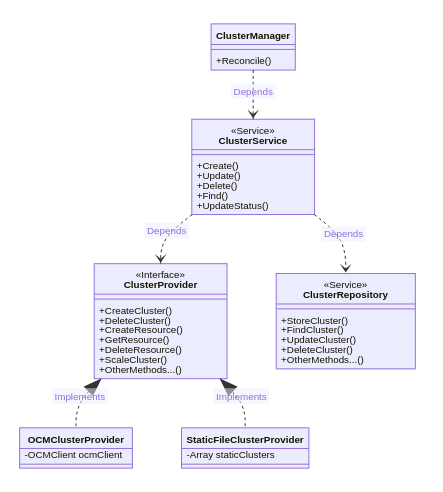
bf2fc6cc711aee1a0c2a/kas-fleet-manager keeps this Mermaid diagram as docs/images/cluster-management-abstraction.png. Above is the earlier version. Its source is kept beside it as docs/mermaid-diagrams-source/cluster-management-abstraction.mmd.
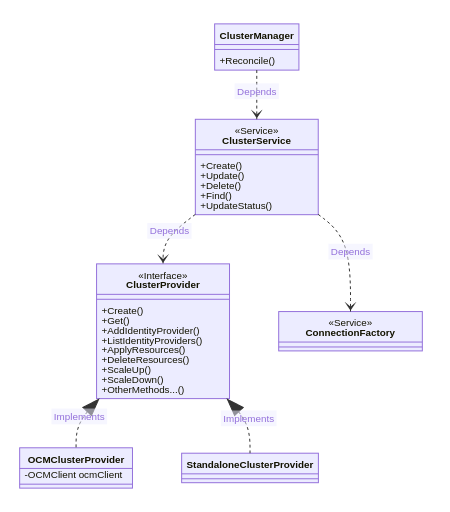
The same diagram one commit later.

The edit, as a diff of the source:
```diff
@@ -2,28 +2,26 @@
 
   class ClusterProvider {
       <<Interface>>
-      + CreateCluster()
-      + DeleteCluster()
-      + CreateResource()
-      + GetResource()
-      + DeleteResource()
-      + ScaleCluster()
+      + Create()
+      + Get()
+      + AddIdentityProvider()
+      + ListIdentityProviders()
+      + ApplyResources()
+      + DeleteResources()
+      + ScaleUp()
+      + ScaleDown()
       + OtherMethods...()
   }
   class OCMClusterProvider{
       -OCMClient ocmClient
   }
-  class StaticFileClusterProvider {
-      -Array staticClusters
+  class StandaloneClusterProvider {
+
   }
-  class ClusterRepository {
+  class ConnectionFactory {
       <<Service>>
-      + StoreCluster()
-      + FindCluster()
-      + UpdateCluster()
-      + DeleteCluster()
-      + OtherMethods...()
   }
+
   class ClusterService {
       <<Service>>
       + Create()
@@ -38,7 +36,7 @@
   }
 
   ClusterProvider <|.. OCMClusterProvider: Implements
-  ClusterProvider <|.. StaticFileClusterProvider: Implements
+  ClusterProvider <|.. StandaloneClusterProvider: Implements
   ClusterService ..> ClusterProvider: Depends
-  ClusterService ..> ClusterRepository: Depends
+  ClusterService ..> ConnectionFactory: Depends
   ClusterManager ..> ClusterService: Depends
```
